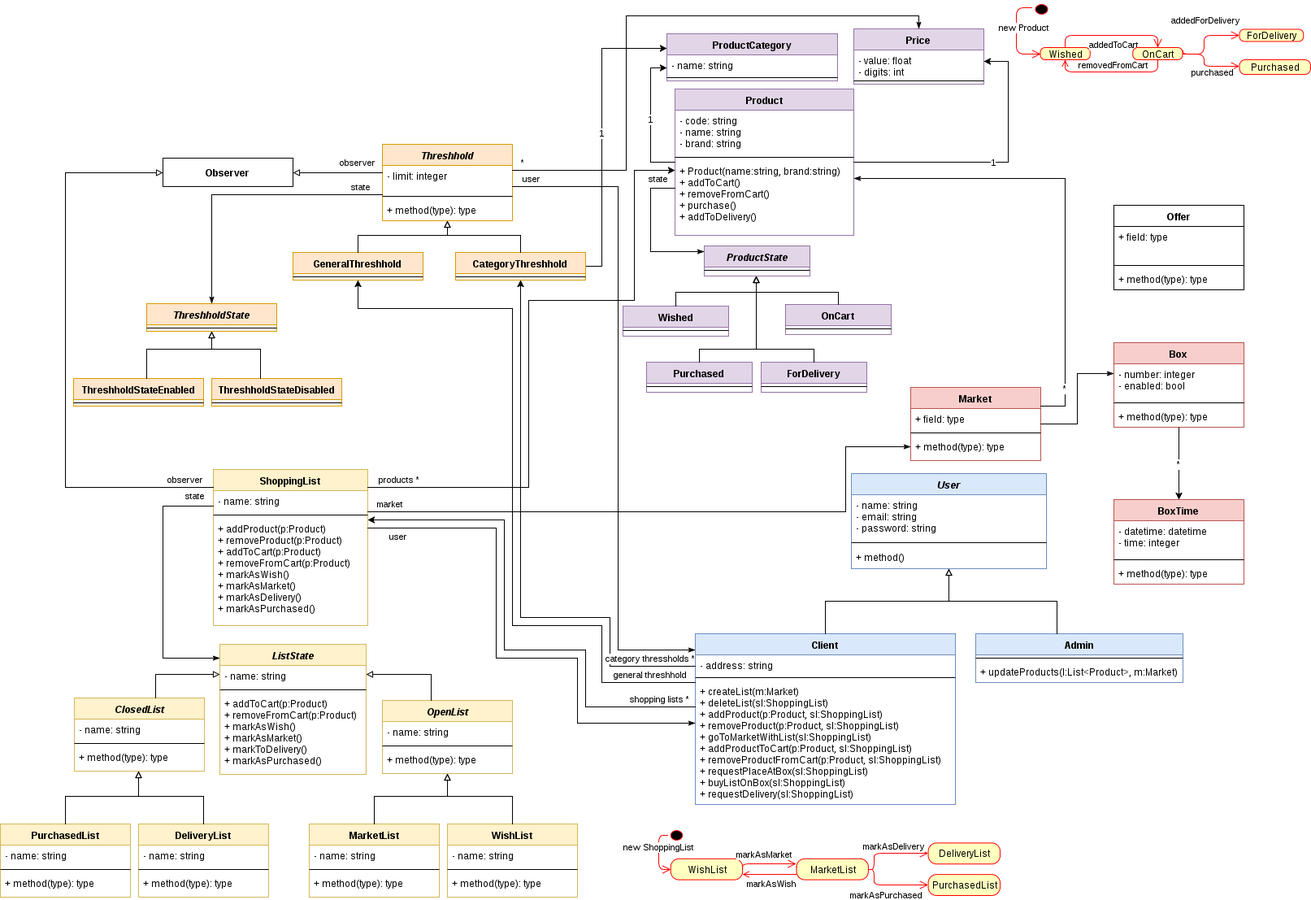
Above: doc/design.png in laendoor/unq-desapp-aloloco-back (draw.io), before the change. Source tidied: cells renumbered, new cells last; positions are measured from the earlier drawing's top-left corner, leaving out a move shared by most shapes.
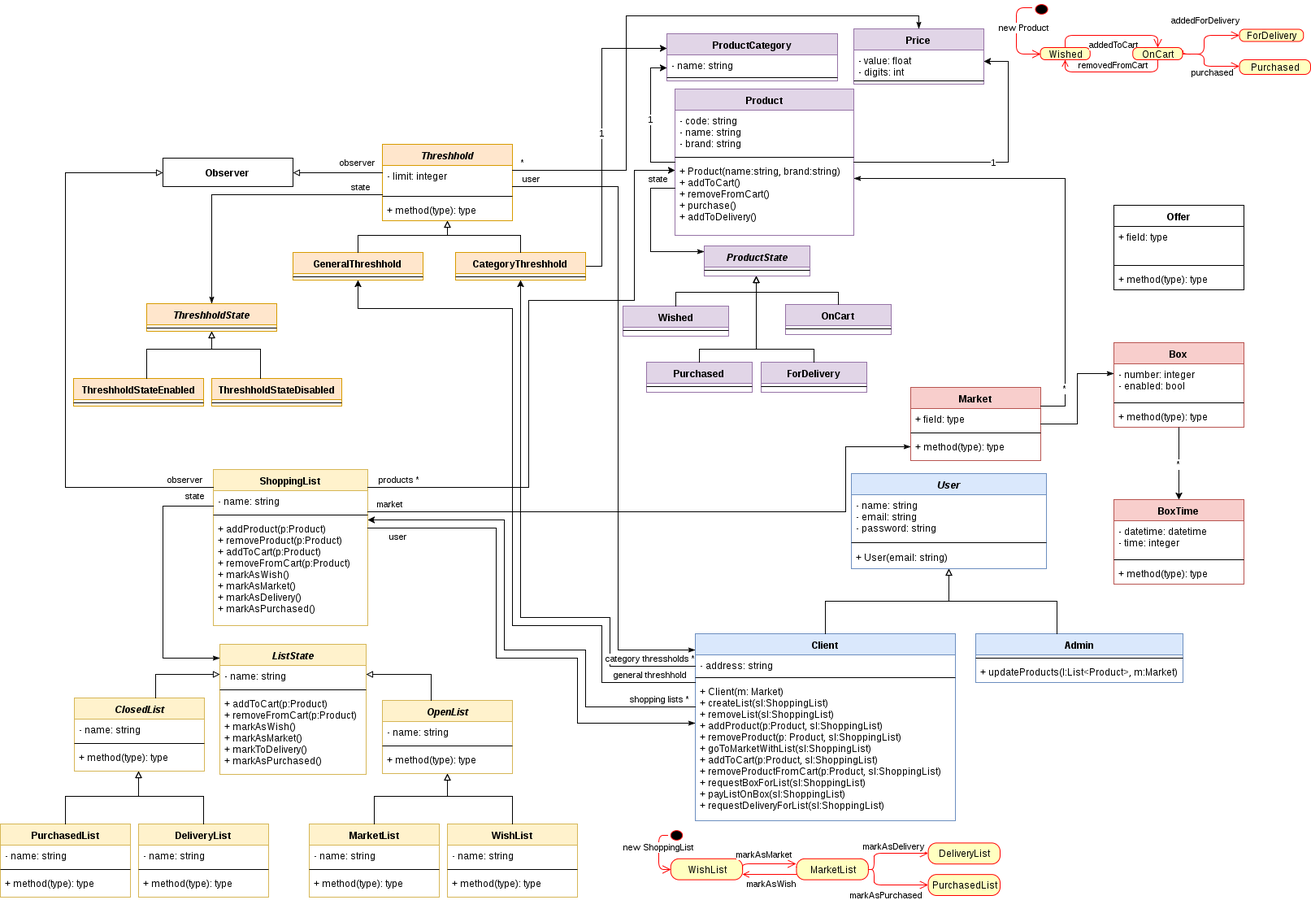
The same diagram one commit later.

The edit, as a diff of the source:
```diff
@@ -42,7 +42,7 @@
       <mxGeometry y="78" width="160" height="26" as="geometry" />
     </mxCell>
     <mxCell id="15" value="Client" style="swimlane;html=1;fontStyle=1;align=center;verticalAlign=top;horizontal=1;startSize=26;swimlaneFillColor=#ffffff;fillColor=#dae8fc;strokeColor=#6c8ebf;" parent="1" vertex="1">
-      <mxGeometry x="855" y="778" width="320" height="210" as="geometry" />
+      <mxGeometry x="855" y="778" width="320" height="230" as="geometry" />
     </mxCell>
     <mxCell id="16" value="&lt;div&gt;- address: string&lt;/div&gt;" style="text;html=1;strokeColor=none;fillColor=none;align=left;verticalAlign=top;spacingLeft=4;spacingRight=4;whiteSpace=wrap;overflow=hidden;" parent="15" vertex="1">
       <mxGeometry y="26" width="320" height="24" as="geometry" />
@@ -50,8 +50,8 @@
     <mxCell id="17" style="line;html=1;strokeWidth=1;fillColor=none;align=left;verticalAlign=middle;spacingTop=-1;spacingLeft=3;spacingRight=3;labelPosition=right;" parent="15" vertex="1">
       <mxGeometry y="50" width="320" height="8" as="geometry" />
     </mxCell>
-    <mxCell id="18" value="&lt;div&gt;+ createList(&lt;span&gt;m:Market&lt;/span&gt;&lt;span&gt;)&lt;/span&gt;&lt;/div&gt;&lt;div&gt;+ deleteList(sl:ShoppingList)&lt;/div&gt;&lt;div&gt;+ addProduct(p:Product, sl:ShoppingList)&lt;/div&gt;&lt;div&gt;+ removeProduct(p:Product, sl:ShoppingList)&lt;/div&gt;&lt;div&gt;+ goToMarketWithList(sl:ShoppingList)&lt;/div&gt;&lt;div&gt;+ addProductToCart(p:Product, sl:ShoppingList)&lt;/div&gt;&lt;div&gt;+ removeProductFromCart(p:Product, sl:ShoppingList)&lt;/div&gt;&lt;div&gt;+ requestPlaceAtBox(sl:ShoppingList)&lt;/div&gt;&lt;div&gt;+ buyListOnBox(sl:ShoppingList)&lt;/div&gt;&lt;div&gt;+ requestDelivery(sl:ShoppingList)&lt;/div&gt;" style="text;html=1;strokeColor=none;fillColor=none;align=left;verticalAlign=top;spacingLeft=4;spacingRight=4;whiteSpace=wrap;overflow=hidden;" parent="15" vertex="1">
-      <mxGeometry y="58" width="320" height="152" as="geometry" />
+    <mxCell id="18" value="&lt;div&gt;+ Client(m: Market)&lt;/div&gt;&lt;div&gt;+ createList(&lt;span&gt;sl:ShoppingList&lt;/span&gt;&lt;span&gt;)&lt;/span&gt;&lt;/div&gt;&lt;div&gt;+ removeList(sl:ShoppingList)&lt;/div&gt;&lt;div&gt;+ addProduct(&lt;span&gt;p:Product,&amp;nbsp;&lt;/span&gt;sl:ShoppingList&lt;span&gt;)&lt;/span&gt;&lt;/div&gt;&lt;div&gt;+ removeProduct(&lt;span&gt;p: Product,&amp;nbsp;&lt;/span&gt;sl:ShoppingList&lt;span&gt;)&lt;/span&gt;&lt;/div&gt;&lt;div&gt;+ goToMarketWithList(sl:ShoppingList)&lt;/div&gt;&lt;div&gt;+ addToCart(p:Product, sl:ShoppingList)&lt;/div&gt;&lt;div&gt;+ removeProductFromCart(p:Product, sl:ShoppingList)&lt;/div&gt;&lt;div&gt;+ requestBoxForList(sl:ShoppingList)&lt;/div&gt;&lt;div&gt;+ payListOnBox(sl:ShoppingList)&lt;/div&gt;&lt;div&gt;+ requestDeliveryForList(sl:ShoppingList)&lt;/div&gt;" style="text;html=1;strokeColor=none;fillColor=none;align=left;verticalAlign=top;spacingLeft=4;spacingRight=4;whiteSpace=wrap;overflow=hidden;" parent="15" vertex="1">
+      <mxGeometry y="58" width="320" height="172" as="geometry" />
     </mxCell>
     <mxCell id="19" value="Shopping&lt;span&gt;List&lt;/span&gt;" style="swimlane;html=1;fontStyle=1;align=center;verticalAlign=top;horizontal=1;startSize=26;swimlaneFillColor=#ffffff;fillColor=#fff2cc;strokeColor=#d6b656;" parent="1" vertex="1">
       <mxGeometry x="262" y="576" width="190" height="192" as="geometry" />
@@ -430,7 +430,7 @@
     <mxCell id="98" style="line;html=1;strokeWidth=1;fillColor=none;align=left;verticalAlign=middle;spacingTop=-1;spacingLeft=3;spacingRight=3;labelPosition=right;" parent="96" vertex="1">
       <mxGeometry y="80" width="240" height="10" as="geometry" />
     </mxCell>
-    <mxCell id="99" value="+ method()" style="text;html=1;strokeColor=none;fillColor=none;align=left;verticalAlign=top;spacingLeft=4;spacingRight=4;whiteSpace=wrap;overflow=hidden;" parent="96" vertex="1">
+    <mxCell id="99" value="+ User(email: string)" style="text;html=1;strokeColor=none;fillColor=none;align=left;verticalAlign=top;spacingLeft=4;spacingRight=4;whiteSpace=wrap;overflow=hidden;" parent="96" vertex="1">
       <mxGeometry y="90" width="240" height="20" as="geometry" />
     </mxCell>
     <mxCell id="100" value="Admin" style="swimlane;html=1;fontStyle=1;align=center;verticalAlign=top;horizontal=1;startSize=26;swimlaneFillColor=#ffffff;fillColor=#dae8fc;strokeColor=#6c8ebf;" parent="1" vertex="1">
```
